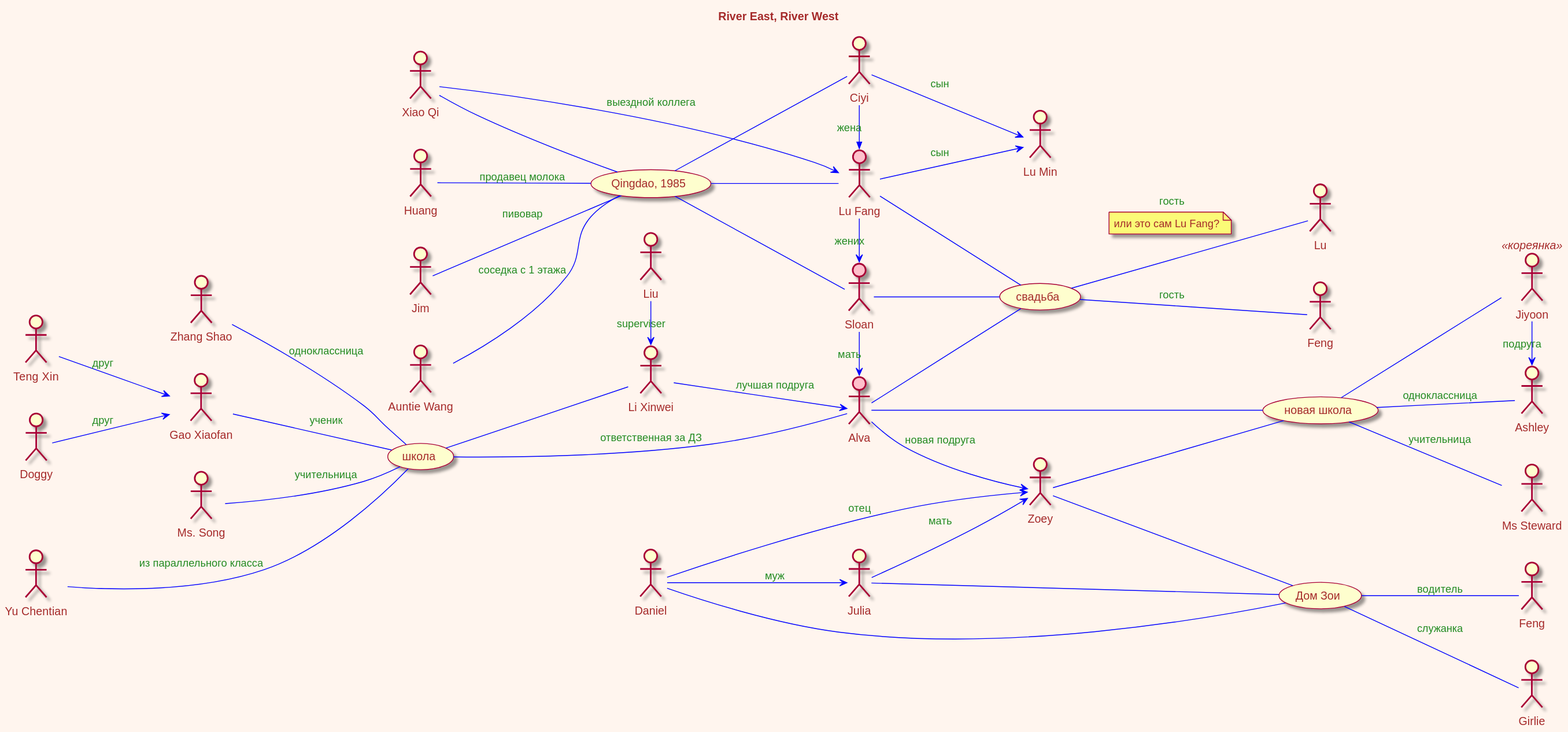
Earlier version of the PlantUML export River East, River West/river-River_East__River_West.svg (olek3/reading).
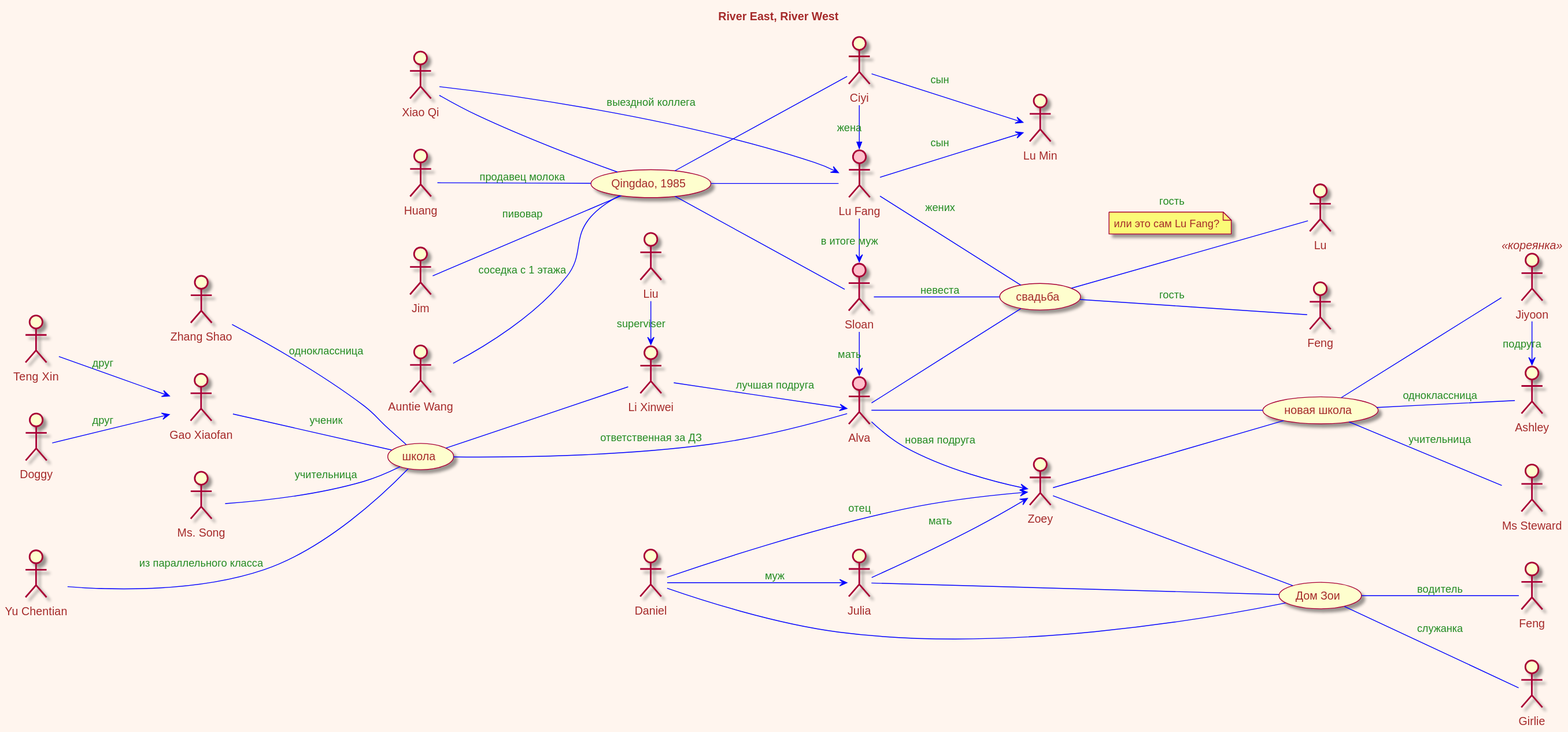
The same diagram one commit later.

Change to the diagram source:
```diff
@@ -19,12 +19,12 @@
 Sloan -> Alva : мать
 
 
-Fang -> Sloan : жених
+Fang -> Sloan : в итоге муж
 
 
 
-Fang -- (свадьба)
-Sloan -- (свадьба)
+Fang -- (свадьба) : жених
+Sloan -- (свадьба) : невеста
 Alva -- (свадьба)
 
 
```
